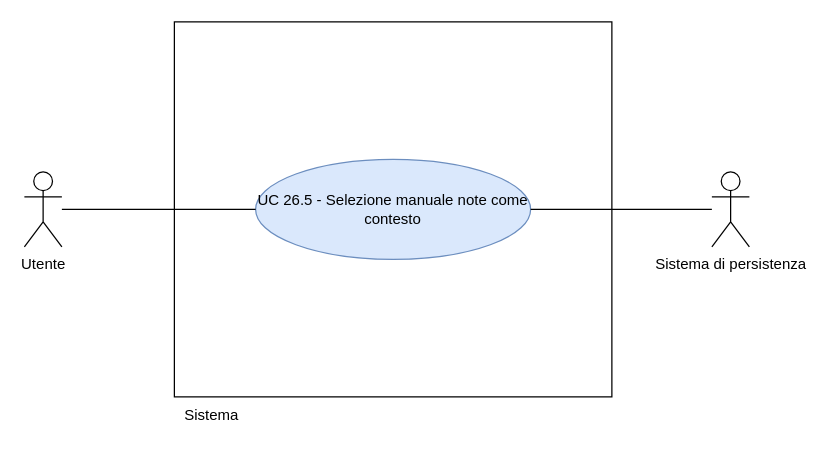
This is RTB/doc_esterna/analisi-dei-requisiti/assets/draw.io/UC26.5.drawio from thebitless-group-swe/thebitless.github.io, a draw.io file, before an edit. Source tidied: cells renumbered, new cells numbered last; positions are measured from the earlier drawing's top-left corner, leaving out a move shared by most shapes. Both pictures are drawn from the tidied source at 125%, with x=0, y=0 at pixel (24, 21).
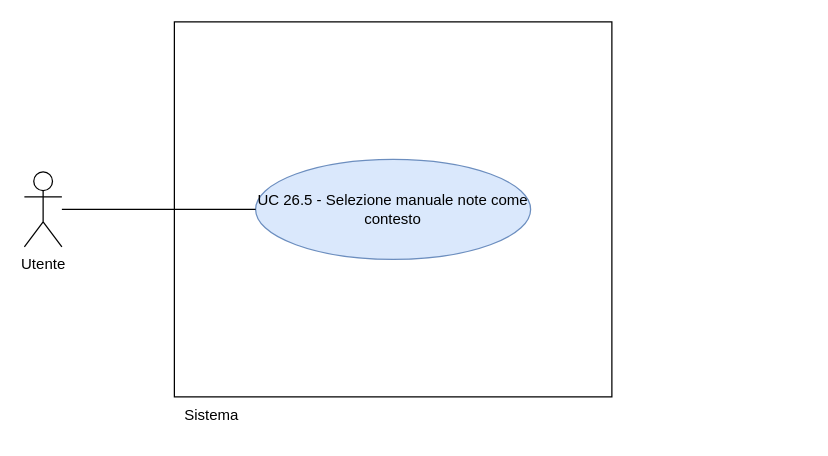
The same diagram, later.

Change to the diagram source:
```diff
@@
 <mxGraphModel>
   <root>
     <mxCell id="0" />
     <mxCell id="1" parent="0" />
     <mxCell id="2" value="Utente" style="shape=umlActor;verticalLabelPosition=bottom;verticalAlign=top;html=1;outlineConnect=0;" parent="1" vertex="1">
       <mxGeometry y="120" width="30" height="60" as="geometry" />
     </mxCell>
-    <mxCell id="3" value="Sistema di persistenza" style="shape=umlActor;verticalLabelPosition=bottom;verticalAlign=top;html=1;outlineConnect=0;" parent="1" vertex="1">
-      <mxGeometry x="550" y="120" width="30" height="60" as="geometry" />
-    </mxCell>
     <mxCell id="4" style="whiteSpace=wrap;html=1;" parent="1" vertex="1">
       <mxGeometry x="120" width="350" height="300" as="geometry" />
     </mxCell>
     <mxCell id="5" value="Sistema" style="text;html=1;whiteSpace=wrap;strokeColor=none;fillColor=none;align=center;verticalAlign=middle;rounded=0;" parent="1" vertex="1">
       <mxGeometry x="120" y="300" width="60" height="30" as="geometry" />
     </mxCell>
     <mxCell id="6" value="UC 26.5 - Selezione manuale note come contesto" style="ellipse;whiteSpace=wrap;html=1;fillColor=#dae8fc;strokeColor=#6c8ebf;" parent="1" vertex="1">
       <mxGeometry x="185" y="110" width="220" height="80" as="geometry" />
     </mxCell>
     <mxCell id="7" style="edgeStyle=none;rounded=0;jettySize=auto;html=1;endArrow=none;endFill=0;" parent="1" edge="1" source="2" target="6">
       <mxGeometry relative="1" as="geometry" />
     </mxCell>
-    <mxCell id="8" style="edgeStyle=none;rounded=0;jettySize=auto;html=1;endArrow=none;endFill=0;" parent="1" edge="1" source="3" target="6">
-      <mxGeometry relative="1" as="geometry" />
-    </mxCell>
   </root>
 </mxGraphModel>
```
